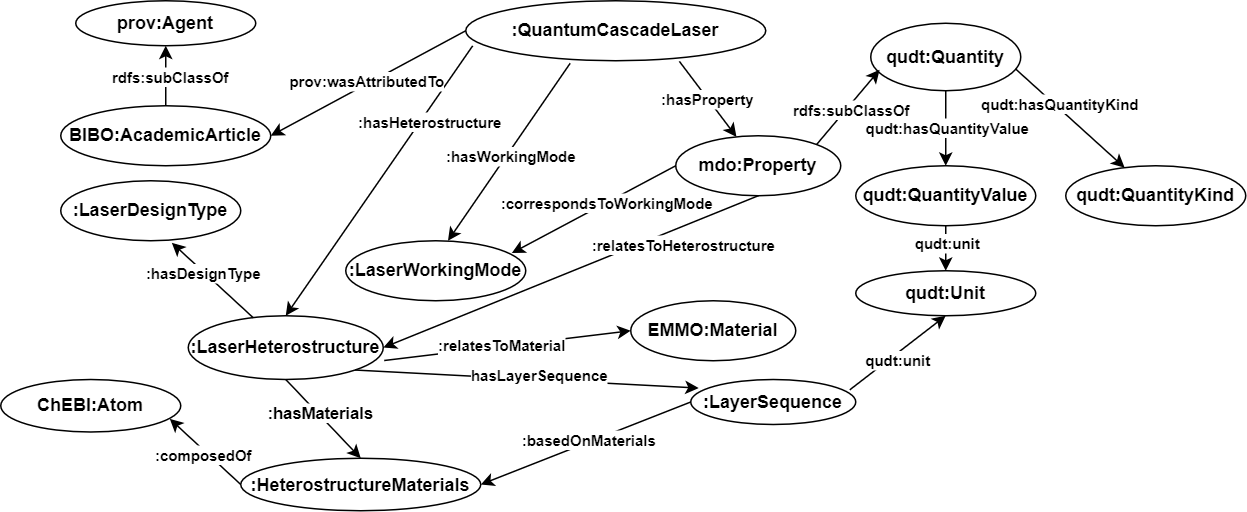
Earlier version of the draw.io export Figures/ontology_v1.png (DeperiasKerre/qcl_Onto). Source tidied: cells renumbered, new cells last; positions are measured from the earlier drawing's top-left corner, leaving out a move shared by most shapes.
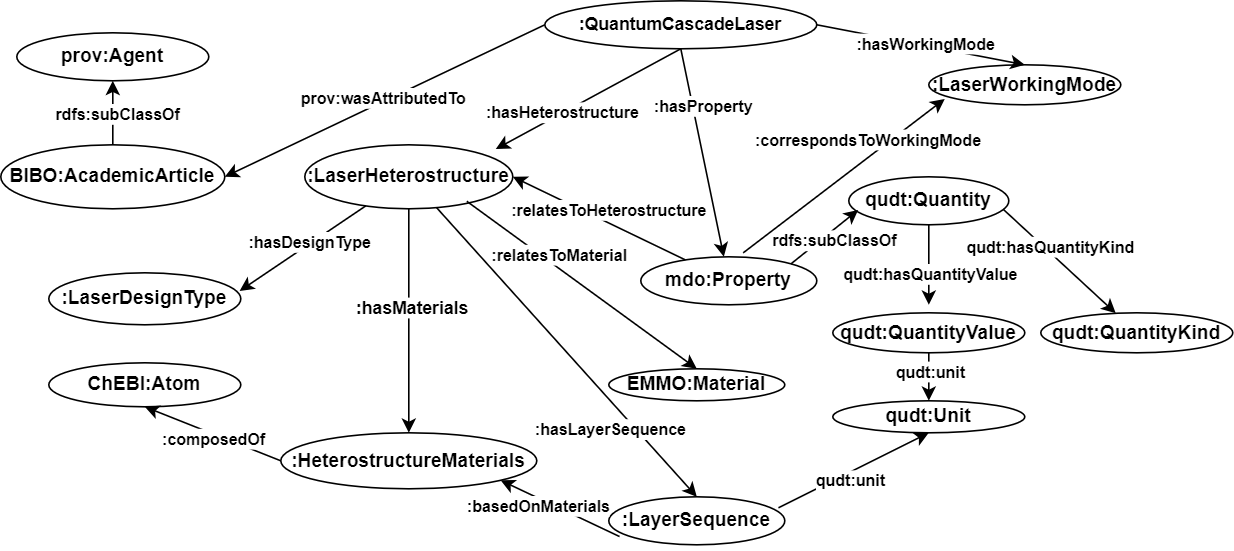
Later version of the same file.

Change to the diagram source:
```diff
@@ -2,38 +2,39 @@
   <root>
     <mxCell id="0" />
     <mxCell id="1" parent="0" />
-    <mxCell id="2" value="&lt;b&gt;&lt;font style=&quot;font-size: 12px;&quot;&gt;:QuantumCascadeLaser&lt;/font&gt;&lt;/b&gt;" style="ellipse;whiteSpace=wrap;html=1;" parent="1" vertex="1">
-      <mxGeometry x="310" width="200" height="40" as="geometry" />
-    </mxCell>
     <mxCell id="3" value="&lt;b&gt;&lt;font style=&quot;font-size: 12px;&quot;&gt;prov:Agent&lt;/font&gt;&lt;/b&gt;" style="ellipse;whiteSpace=wrap;html=1;" parent="1" vertex="1">
-      <mxGeometry x="50" width="120" height="30" as="geometry" />
+      <mxGeometry x="60" y="-60" width="120" height="30" as="geometry" />
     </mxCell>
     <mxCell id="4" value="&lt;b&gt;&lt;font style=&quot;font-size: 12px;&quot;&gt;qudt:Quantity&lt;/font&gt;&lt;/b&gt;" style="ellipse;whiteSpace=wrap;html=1;" parent="1" vertex="1">
-      <mxGeometry x="580" y="15" width="100" height="45" as="geometry" />
+      <mxGeometry x="580" y="30" width="100" height="30" as="geometry" />
     </mxCell>
     <mxCell id="5" value="&lt;b&gt;mdo:Property&lt;/b&gt;" style="ellipse;whiteSpace=wrap;html=1;" parent="1" vertex="1">
-      <mxGeometry x="450" y="90" width="110" height="40" as="geometry" />
+      <mxGeometry x="450" y="80" width="110" height="30" as="geometry" />
     </mxCell>
-    <mxCell id="6" style="endArrow=classic;html=1;rounded=0;exitX=0.712;exitY=1.01;exitDx=0;exitDy=0;exitPerimeter=0;" parent="1" edge="1" source="2" target="5">
+    <mxCell id="6" style="endArrow=classic;html=1;rounded=0;exitX=0.5;exitY=1;exitDx=0;exitDy=0;" parent="1" edge="1" source="2" target="5">
       <mxGeometry relative="1" as="geometry" />
     </mxCell>
     <mxCell id="7" value="&lt;font style=&quot;font-size: 10px;&quot;&gt;&lt;b&gt;:hasProperty&lt;/b&gt;&lt;/font&gt;" style="edgeLabel;html=1;align=center;verticalAlign=middle;" parent="6" vertex="1">
-      <mxGeometry x="-0.01" y="-1" relative="1" as="geometry" />
+      <mxGeometry x="-0.01" y="-1" relative="1" as="geometry">
+        <mxPoint x="1" y="-29" as="offset" />
+      </mxGeometry>
     </mxCell>
     <mxCell id="8" style="endArrow=classic;html=1;rounded=0;entryX=0.059;entryY=0.69;entryDx=0;entryDy=0;entryPerimeter=0;exitX=1;exitY=0;exitDx=0;exitDy=0;" parent="1" edge="1" source="5" target="4">
       <mxGeometry relative="1" as="geometry" />
     </mxCell>
     <mxCell id="9" value="&lt;font style=&quot;font-size: 10px;&quot;&gt;&lt;b&gt;rdfs:subClassOf&lt;/b&gt;&lt;/font&gt;" style="edgeLabel;html=1;align=center;verticalAlign=middle;" parent="8" vertex="1">
-      <mxGeometry x="-0.03" y="-2" relative="1" as="geometry" />
+      <mxGeometry x="-0.03" y="-2" relative="1" as="geometry">
+        <mxPoint x="5" as="offset" />
+      </mxGeometry>
     </mxCell>
     <mxCell id="10" value="&lt;b&gt;qudt:QuantityKind&lt;/b&gt;" style="ellipse;whiteSpace=wrap;html=1;" parent="1" vertex="1">
-      <mxGeometry x="710" y="110" width="120" height="40" as="geometry" />
+      <mxGeometry x="700" y="115" width="120" height="25" as="geometry" />
     </mxCell>
     <mxCell id="11" value="&lt;b&gt;qudt:QuantityValue&lt;/b&gt;" style="ellipse;whiteSpace=wrap;html=1;" parent="1" vertex="1">
-      <mxGeometry x="570" y="110" width="120" height="40" as="geometry" />
+      <mxGeometry x="570" y="115" width="120" height="25" as="geometry" />
     </mxCell>
     <mxCell id="12" value="&lt;b&gt;qudt:Unit&lt;/b&gt;" style="ellipse;whiteSpace=wrap;html=1;" parent="1" vertex="1">
-      <mxGeometry x="570" y="180" width="120" height="30" as="geometry" />
+      <mxGeometry x="570" y="170" width="120" height="20" as="geometry" />
     </mxCell>
     <mxCell id="13" style="endArrow=classic;html=1;rounded=0;exitX=0.5;exitY=1;exitDx=0;exitDy=0;" parent="1" edge="1" source="4">
       <mxGeometry relative="1" as="geometry">
@@ -41,7 +42,9 @@
       </mxGeometry>
     </mxCell>
     <mxCell id="14" value="&lt;font style=&quot;font-size: 10px;&quot;&gt;&lt;b&gt;qudt:hasQuantityValue&lt;/b&gt;&lt;/font&gt;" style="edgeLabel;html=1;align=center;verticalAlign=middle;" parent="13" vertex="1">
-      <mxGeometry x="-0.04" relative="1" as="geometry" />
+      <mxGeometry x="-0.04" relative="1" as="geometry">
+        <mxPoint y="6" as="offset" />
+      </mxGeometry>
     </mxCell>
     <mxCell id="15" style="endArrow=classic;html=1;rounded=0;exitX=0.965;exitY=0.676;exitDx=0;exitDy=0;exitPerimeter=0;" parent="1" edge="1" source="4" target="10">
       <mxGeometry relative="1" as="geometry" />
@@ -56,7 +59,7 @@
       <mxGeometry x="-0.28" relative="1" as="geometry" />
     </mxCell>
     <mxCell id="19" value="&lt;font style=&quot;font-size: 12px;&quot;&gt;&lt;b&gt;BIBO:AcademicArticle&lt;/b&gt;&lt;/font&gt;" style="ellipse;whiteSpace=wrap;html=1;" parent="1" vertex="1">
-      <mxGeometry x="40" y="70" width="140" height="40" as="geometry" />
+      <mxGeometry x="50" y="10" width="140" height="40" as="geometry" />
     </mxCell>
     <mxCell id="20" style="endArrow=classic;html=1;rounded=0;exitX=0.5;exitY=0;exitDx=0;exitDy=0;entryX=0.5;entryY=1;entryDx=0;entryDy=0;" parent="1" edge="1" source="19" target="3">
       <mxGeometry relative="1" as="geometry" />
@@ -65,12 +68,12 @@
       <mxGeometry x="-0.02" y="-2" relative="1" as="geometry" />
     </mxCell>
     <mxCell id="22" value="&lt;b&gt;:LaserHeterostructure&lt;/b&gt;" style="ellipse;whiteSpace=wrap;html=1;" parent="1" vertex="1">
-      <mxGeometry x="125" y="210" width="130" height="42.5" as="geometry" />
+      <mxGeometry x="240" y="10" width="130" height="40" as="geometry" />
     </mxCell>
     <mxCell id="23" value="&lt;b&gt;:LaserWorkingMode&lt;/b&gt;" style="ellipse;whiteSpace=wrap;html=1;" parent="1" vertex="1">
-      <mxGeometry x="230" y="160" width="120" height="40" as="geometry" />
+      <mxGeometry x="630" y="-40" width="120" height="25" as="geometry" />
     </mxCell>
-    <mxCell id="24" style="endArrow=classic;html=1;rounded=0;exitX=0.348;exitY=1.043;exitDx=0;exitDy=0;exitPerimeter=0;entryX=0.568;entryY=0.001;entryDx=0;entryDy=0;entryPerimeter=0;" parent="1" edge="1" source="2" target="23">
+    <mxCell id="24" style="endArrow=classic;html=1;rounded=0;exitX=1;exitY=0.5;exitDx=0;exitDy=0;entryX=0.5;entryY=0;entryDx=0;entryDy=0;" parent="1" edge="1" source="2" target="23">
       <mxGeometry relative="1" as="geometry" />
     </mxCell>
     <mxCell id="25" value="&lt;font style=&quot;font-size: 10px;&quot;&gt;&lt;b style=&quot;&quot;&gt;:hasWorkingMode&lt;/b&gt;&lt;/font&gt;" style="edgeLabel;html=1;align=center;verticalAlign=middle;" parent="24" vertex="1">
@@ -78,37 +81,25 @@
         <mxPoint x="1" as="offset" />
       </mxGeometry>
     </mxCell>
-    <mxCell id="26" style="endArrow=classic;html=1;rounded=0;exitX=0.023;exitY=0.752;exitDx=0;exitDy=0;exitPerimeter=0;entryX=0.5;entryY=0;entryDx=0;entryDy=0;" parent="1" edge="1" source="2" target="22">
-      <mxGeometry relative="1" as="geometry" />
-    </mxCell>
-    <mxCell id="27" value="&lt;font style=&quot;font-size: 10px;&quot;&gt;&lt;b&gt;:hasHeterostructure&lt;/b&gt;&lt;/font&gt;" style="edgeLabel;html=1;align=center;verticalAlign=middle;" parent="26" vertex="1">
-      <mxGeometry x="0.25" relative="1" as="geometry">
-        <mxPoint x="49" y="-62" as="offset" />
-      </mxGeometry>
-    </mxCell>
     <mxCell id="28" value="&lt;b&gt;:LaserDesignType&lt;/b&gt;" style="ellipse;whiteSpace=wrap;html=1;" parent="1" vertex="1">
-      <mxGeometry x="40" y="120" width="120" height="40" as="geometry" />
+      <mxGeometry x="80" y="90" width="120" height="32.5" as="geometry" />
     </mxCell>
-    <mxCell id="29" style="endArrow=classic;html=1;rounded=0;entryX=0.617;entryY=1.033;entryDx=0;entryDy=0;entryPerimeter=0;" parent="1" edge="1" source="22" target="28">
+    <mxCell id="29" style="endArrow=classic;html=1;rounded=0;entryX=0.994;entryY=0.35;entryDx=0;entryDy=0;entryPerimeter=0;" parent="1" edge="1" source="22" target="28">
       <mxGeometry relative="1" as="geometry" />
     </mxCell>
     <mxCell id="30" value="&lt;font style=&quot;font-size: 10px;&quot;&gt;&lt;b&gt;:hasDesignType&lt;/b&gt;&lt;/font&gt;" style="edgeLabel;html=1;align=center;verticalAlign=middle;" parent="29" vertex="1">
-      <mxGeometry x="0.23" y="1" relative="1" as="geometry" />
+      <mxGeometry x="0.23" y="1" relative="1" as="geometry">
+        <mxPoint x="12" y="-11" as="offset" />
+      </mxGeometry>
     </mxCell>
-    <mxCell id="31" style="endArrow=classic;html=1;rounded=0;exitX=0.5;exitY=1;exitDx=0;exitDy=0;entryX=1;entryY=0.5;entryDx=0;entryDy=0;" parent="1" edge="1" source="5" target="22">
+    <mxCell id="31" style="endArrow=classic;html=1;rounded=0;entryX=1;entryY=0.5;entryDx=0;entryDy=0;" parent="1" edge="1" source="5" target="22">
       <mxGeometry relative="1" as="geometry" />
     </mxCell>
     <mxCell id="32" value="&lt;font style=&quot;font-size: 10px;&quot;&gt;&lt;b&gt;:relatesToHeterostructure&lt;/b&gt;&lt;/font&gt;" style="edgeLabel;html=1;align=center;verticalAlign=middle;" parent="31" vertex="1">
       <mxGeometry x="-0.14" y="1" relative="1" as="geometry">
-        <mxPoint x="57" y="-12" as="offset" />
+        <mxPoint x="-1" y="-10" as="offset" />
       </mxGeometry>
     </mxCell>
-    <mxCell id="33" style="endArrow=classic;html=1;rounded=0;entryX=0.922;entryY=0.206;entryDx=0;entryDy=0;exitX=0;exitY=0.5;exitDx=0;exitDy=0;entryPerimeter=0;" parent="1" edge="1" source="5" target="23">
-      <mxGeometry relative="1" as="geometry" />
-    </mxCell>
-    <mxCell id="34" value="&lt;font style=&quot;font-size: 10px;&quot;&gt;&lt;b&gt;:correspondsToWorkingMode&lt;/b&gt;&lt;/font&gt;" style="edgeLabel;html=1;align=center;verticalAlign=middle;" parent="33" vertex="1">
-      <mxGeometry x="-0.15" relative="1" as="geometry" />
-    </mxCell>
     <mxCell id="35" style="endArrow=classic;html=1;rounded=0;entryX=1;entryY=0.5;entryDx=0;entryDy=0;exitX=0;exitY=0.5;exitDx=0;exitDy=0;" parent="1" edge="1" source="2" target="19">
       <mxGeometry relative="1" as="geometry" />
     </mxCell>
@@ -116,28 +107,34 @@
       <mxGeometry y="-2" relative="1" as="geometry" />
     </mxCell>
     <mxCell id="37" value="&lt;b&gt;EMMO:Material&lt;/b&gt;" style="ellipse;whiteSpace=wrap;html=1;" parent="1" vertex="1">
-      <mxGeometry x="420" y="200" width="110" height="40" as="geometry" />
+      <mxGeometry x="430" y="150" width="110" height="20" as="geometry" />
     </mxCell>
-    <mxCell id="38" style="endArrow=classic;html=1;rounded=0;entryX=0;entryY=0.5;entryDx=0;entryDy=0;exitX=1.005;exitY=0.702;exitDx=0;exitDy=0;exitPerimeter=0;" parent="1" edge="1" source="22" target="37">
+    <mxCell id="38" style="endArrow=classic;html=1;rounded=0;entryX=0.5;entryY=0;entryDx=0;entryDy=0;exitX=0.779;exitY=0.883;exitDx=0;exitDy=0;exitPerimeter=0;" parent="1" edge="1" source="22" target="37">
       <mxGeometry relative="1" as="geometry" />
     </mxCell>
     <mxCell id="39" value="&lt;font style=&quot;font-size: 10px;&quot;&gt;&lt;b&gt;:relatesToMaterial&lt;/b&gt;&lt;/font&gt;" style="edgeLabel;html=1;align=center;verticalAlign=middle;" parent="38" vertex="1">
-      <mxGeometry x="-0.04" y="1" relative="1" as="geometry" />
+      <mxGeometry x="-0.04" y="1" relative="1" as="geometry">
+        <mxPoint x="-12" y="-16" as="offset" />
+      </mxGeometry>
     </mxCell>
     <mxCell id="40" value="&lt;b&gt;:LayerSequence&lt;/b&gt;" style="ellipse;whiteSpace=wrap;html=1;" parent="1" vertex="1">
-      <mxGeometry x="460" y="252.5" width="110" height="30" as="geometry" />
+      <mxGeometry x="430" y="230" width="110" height="30" as="geometry" />
     </mxCell>
-    <mxCell id="41" style="endArrow=classic;html=1;rounded=0;exitX=1;exitY=1;exitDx=0;exitDy=0;entryX=0.048;entryY=0.19;entryDx=0;entryDy=0;entryPerimeter=0;" parent="1" edge="1" source="22" target="40">
+    <mxCell id="41" style="endArrow=classic;html=1;rounded=0;entryX=0.5;entryY=0;entryDx=0;entryDy=0;" parent="1" edge="1" source="22" target="40">
       <mxGeometry relative="1" as="geometry" />
     </mxCell>
-    <mxCell id="42" value="&lt;font style=&quot;font-size: 10px;&quot;&gt;&lt;b&gt;hasLayerSequence&lt;/b&gt;&lt;/font&gt;" style="edgeLabel;html=1;align=center;verticalAlign=middle;" parent="41" vertex="1">
-      <mxGeometry x="0.07" y="3" relative="1" as="geometry" />
+    <mxCell id="42" value="&lt;font style=&quot;font-size: 10px;&quot;&gt;&lt;b&gt;:hasLayerSequence&lt;/b&gt;&lt;/font&gt;" style="edgeLabel;html=1;align=center;verticalAlign=middle;" parent="41" vertex="1">
+      <mxGeometry x="0.07" y="3" relative="1" as="geometry">
+        <mxPoint x="19" y="44" as="offset" />
+      </mxGeometry>
     </mxCell>
-    <mxCell id="43" style="endArrow=classic;html=1;rounded=0;entryX=1;entryY=0.5;entryDx=0;entryDy=0;exitX=0;exitY=0.5;exitDx=0;exitDy=0;" parent="1" edge="1" source="40" target="47">
+    <mxCell id="43" style="endArrow=classic;html=1;rounded=0;entryX=1;entryY=1;entryDx=0;entryDy=0;exitX=0.061;exitY=0.828;exitDx=0;exitDy=0;exitPerimeter=0;" parent="1" edge="1" source="40" target="47">
       <mxGeometry relative="1" as="geometry" />
     </mxCell>
     <mxCell id="44" value="&lt;font style=&quot;font-size: 10px;&quot;&gt;&lt;b&gt;:basedOnMaterials&lt;/b&gt;&lt;/font&gt;" style="edgeLabel;html=1;align=center;verticalAlign=middle;" parent="43" vertex="1">
-      <mxGeometry x="-0.04" y="-2" relative="1" as="geometry" />
+      <mxGeometry x="-0.04" y="-2" relative="1" as="geometry">
+        <mxPoint x="-16" as="offset" />
+      </mxGeometry>
     </mxCell>
     <mxCell id="45" style="endArrow=classic;html=1;rounded=0;entryX=0.5;entryY=1;entryDx=0;entryDy=0;exitX=0.964;exitY=0.229;exitDx=0;exitDy=0;exitPerimeter=0;" parent="1" edge="1" source="40" target="12">
       <mxGeometry relative="1" as="geometry" />
@@ -146,7 +143,7 @@
       <mxGeometry x="-0.09" y="-4" relative="1" as="geometry" />
     </mxCell>
     <mxCell id="47" value="&lt;b&gt;:HeterostructureMaterials&lt;/b&gt;" style="ellipse;whiteSpace=wrap;html=1;" parent="1" vertex="1">
-      <mxGeometry x="160" y="305" width="160" height="35" as="geometry" />
+      <mxGeometry x="225" y="190" width="160" height="35" as="geometry" />
     </mxCell>
     <mxCell id="48" style="endArrow=classic;html=1;rounded=0;exitX=0.5;exitY=1;exitDx=0;exitDy=0;entryX=0.5;entryY=0;entryDx=0;entryDy=0;" parent="1" edge="1" source="22" target="47">
       <mxGeometry relative="1" as="geometry" />
@@ -155,13 +152,32 @@
       <mxGeometry x="-0.12" y="1" relative="1" as="geometry" />
     </mxCell>
     <mxCell id="50" value="&lt;b&gt;ChEBI:Atom&lt;/b&gt;" style="ellipse;whiteSpace=wrap;html=1;" parent="1" vertex="1">
-      <mxGeometry y="252.5" width="120" height="35" as="geometry" />
+      <mxGeometry x="80" y="146.2" width="120" height="27.5" as="geometry" />
     </mxCell>
-    <mxCell id="51" style="endArrow=classic;html=1;rounded=0;entryX=0.939;entryY=0.748;entryDx=0;entryDy=0;exitX=0;exitY=0.5;exitDx=0;exitDy=0;entryPerimeter=0;" parent="1" edge="1" source="47" target="50">
+    <mxCell id="51" style="endArrow=classic;html=1;rounded=0;entryX=0.5;entryY=1;entryDx=0;entryDy=0;exitX=0;exitY=0.5;exitDx=0;exitDy=0;" parent="1" edge="1" source="47" target="50">
       <mxGeometry relative="1" as="geometry" />
     </mxCell>
     <mxCell id="52" value="&lt;font style=&quot;font-size: 10px;&quot;&gt;&lt;b&gt;:composedOf&lt;/b&gt;&lt;/font&gt;" style="edgeLabel;html=1;align=center;verticalAlign=middle;" parent="51" vertex="1">
       <mxGeometry x="-0.01" y="3" relative="1" as="geometry" />
     </mxCell>
+    <mxCell id="2" value="&lt;b&gt;&lt;font style=&quot;font-size: 11px;&quot;&gt;:QuantumCascadeLaser&lt;/font&gt;&lt;/b&gt;" style="ellipse;whiteSpace=wrap;html=1;" parent="1" vertex="1">
+      <mxGeometry x="390" y="-80" width="170" height="30" as="geometry" />
+    </mxCell>
+    <mxCell id="33" style="endArrow=classic;html=1;rounded=0;entryX=0.083;entryY=0.854;entryDx=0;entryDy=0;exitX=0.582;exitY=-0.083;exitDx=0;exitDy=0;exitPerimeter=0;entryPerimeter=0;" parent="1" edge="1" source="5" target="23">
+      <mxGeometry relative="1" as="geometry" />
+    </mxCell>
+    <mxCell id="34" value="&lt;font style=&quot;font-size: 10px;&quot;&gt;&lt;b&gt;:correspondsToWorkingMode&lt;/b&gt;&lt;/font&gt;" style="edgeLabel;html=1;align=center;verticalAlign=middle;" parent="33" vertex="1">
+      <mxGeometry x="0.23" y="-1" relative="1" as="geometry">
+        <mxPoint y="-13" as="offset" />
+      </mxGeometry>
+    </mxCell>
+    <mxCell id="26" style="endArrow=classic;html=1;rounded=0;exitX=0.5;exitY=1;exitDx=0;exitDy=0;entryX=0.918;entryY=0.067;entryDx=0;entryDy=0;entryPerimeter=0;" parent="1" edge="1" source="2" target="22">
+      <mxGeometry relative="1" as="geometry" />
+    </mxCell>
+    <mxCell id="27" value="&lt;b&gt;&lt;font style=&quot;font-size: 10px;&quot;&gt;:hasHeterostructure&lt;/font&gt;&lt;/b&gt;" style="edgeLabel;html=1;align=center;verticalAlign=middle;" parent="26" vertex="1">
+      <mxGeometry x="0.14" relative="1" as="geometry">
+        <mxPoint x="-9" y="4" as="offset" />
+      </mxGeometry>
+    </mxCell>
   </root>
 </mxGraphModel>
```
